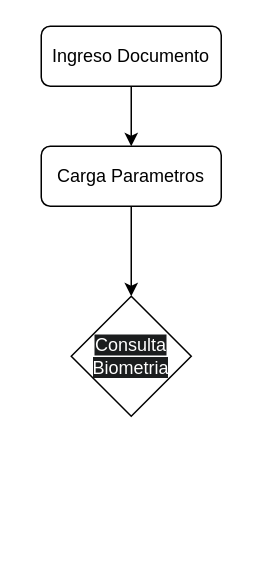
Above: Diagrama sin título.drawio in faberordonez1/diagramas (draw.io), before the change. Source tidied: cells renumbered, new cells numbered last; positions are measured from the earlier drawing's top-left corner, leaving out a move shared by most shapes. Both pictures are drawn from the tidied source at 150%, with x=0, y=0 at pixel (40, 26).
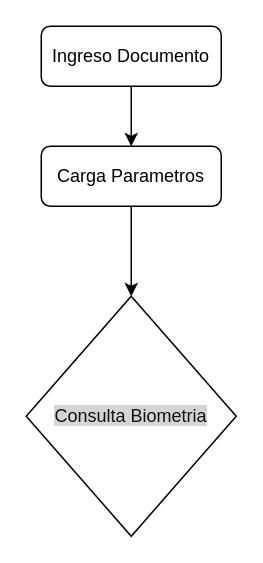
After the change.

What changed in the source:
```diff
@@
 <mxGraphModel>
   <root>
     <mxCell id="0" />
     <mxCell id="1" parent="0" />
     <mxCell id="2" style="edgeStyle=orthogonalEdgeStyle;rounded=0;jettySize=auto;html=1;exitX=0.5;exitY=1;exitDx=0;exitDy=0;entryX=0.5;entryY=0;entryDx=0;entryDy=0;" parent="1" edge="1" source="3" target="5">
       <mxGeometry relative="1" as="geometry" />
     </mxCell>
     <mxCell id="3" value="Ingreso Documento" style="rounded=1;whiteSpace=wrap;html=1;" parent="1" vertex="1">
       <mxGeometry width="120" height="40" as="geometry" />
     </mxCell>
     <mxCell id="4" style="edgeStyle=orthogonalEdgeStyle;rounded=0;jettySize=auto;html=1;exitX=0.5;exitY=1;exitDx=0;exitDy=0;entryX=0.5;entryY=0;entryDx=0;entryDy=0;" parent="1" edge="1" source="5" target="6">
       <mxGeometry relative="1" as="geometry" />
     </mxCell>
     <mxCell id="5" value="Carga Parametros" style="rounded=1;whiteSpace=wrap;html=1;" parent="1" vertex="1">
       <mxGeometry y="80" width="120" height="40" as="geometry" />
     </mxCell>
-    <mxCell id="6" value="&lt;span style=&quot;color: rgb(255, 255, 255); font-family: Helvetica; font-size: 12px; font-style: normal; font-variant-ligatures: normal; font-variant-caps: normal; font-weight: 400; letter-spacing: normal; orphans: 2; text-align: center; text-indent: 0px; text-transform: none; widows: 2; word-spacing: 0px; -webkit-text-stroke-width: 0px; white-space: normal; background-color: rgb(27, 29, 30); text-decoration-thickness: initial; text-decoration-style: initial; text-decoration-color: initial; display: inline !important; float: none;&quot;&gt;Consulta Biometria&lt;/span&gt;" style="rhombus;whiteSpace=wrap;html=1;" parent="1" vertex="1">
-      <mxGeometry x="20" y="180" width="80" height="80" as="geometry" />
+    <mxCell id="6" value="&lt;font color=&quot;#121212&quot;&gt;&lt;span style=&quot;background-color: rgb(211, 213, 214);&quot;&gt;Consulta Biometria&lt;/span&gt;&lt;/font&gt;" style="rhombus;whiteSpace=wrap;html=1;" parent="1" vertex="1">
+      <mxGeometry x="-10" y="180" width="140" height="160" as="geometry" />
     </mxCell>
   </root>
 </mxGraphModel>
```
